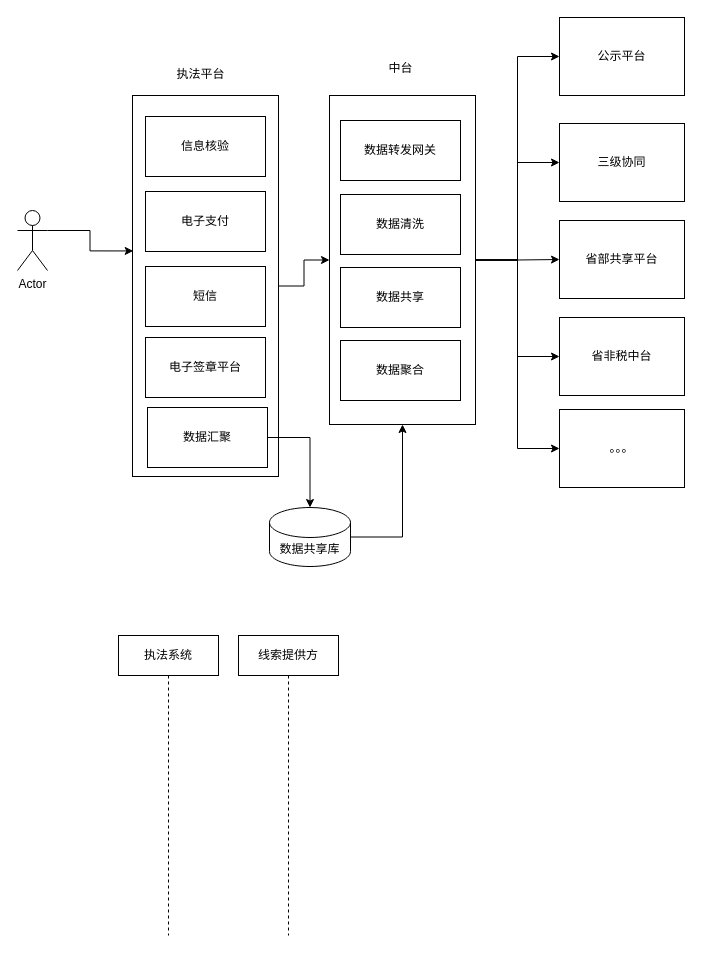
This is page "第 5 页" (5 of 7) of 未命名绘图.drawio from jackyliu/design, a draw.io file, before an edit. Source tidied: cells renumbered, new cells numbered last; positions are measured from the earlier drawing's top-left corner, leaving out a move shared by most shapes. Both pictures are drawn from the tidied source at 100%, with x=0, y=0 at pixel (17, 17).
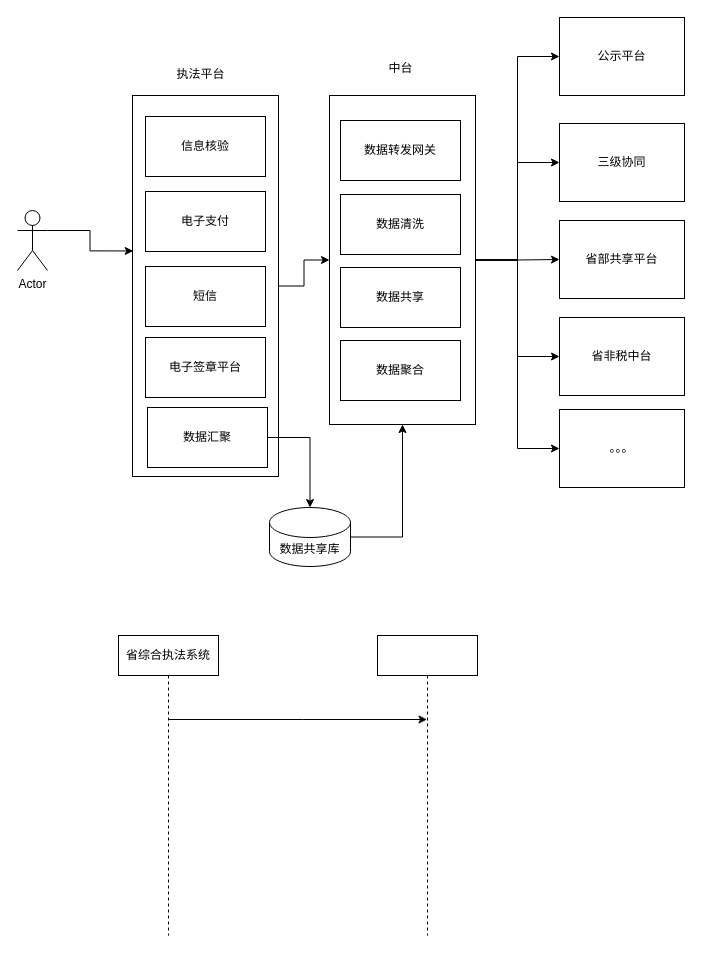
The same page after the edit.

Commit message:
更新未命名绘图.drawio

What changed in the source:
```diff
@@
+    <mxCell id="33" style="edgeStyle=elbowEdgeStyle;rounded=0;jettySize=auto;html=1;elbow=vertical;curved=0;" parent="1" edge="1" source="31" target="32">
+      <mxGeometry relative="1" as="geometry">
+        <Array as="points">
+          <mxPoint x="285" y="702" />
+        </Array>
+      </mxGeometry>
+    </mxCell>
-    <mxCell id="31" value="执法系统" style="shape=umlLifeline;perimeter=lifelinePerimeter;whiteSpace=wrap;html=1;outlineConnect=0;portConstraint=eastwest;newEdgeStyle={&quot;edgeStyle&quot;:&quot;elbowEdgeStyle&quot;,&quot;elbow&quot;:&quot;vertical&quot;,&quot;curved&quot;:0,&quot;rounded&quot;:0};" parent="1" vertex="1">
+    <mxCell id="31" value="省综合执法系统" style="shape=umlLifeline;perimeter=lifelinePerimeter;whiteSpace=wrap;html=1;outlineConnect=0;portConstraint=eastwest;newEdgeStyle={&quot;edgeStyle&quot;:&quot;elbowEdgeStyle&quot;,&quot;elbow&quot;:&quot;vertical&quot;,&quot;curved&quot;:0,&quot;rounded&quot;:0};" parent="1" vertex="1">
       <mxGeometry x="101" y="618" width="100" height="300" as="geometry" />
     </mxCell>
-    <mxCell id="32" value="线索提供方" style="shape=umlLifeline;perimeter=lifelinePerimeter;whiteSpace=wrap;html=1;outlineConnect=0;portConstraint=eastwest;newEdgeStyle={&quot;edgeStyle&quot;:&quot;elbowEdgeStyle&quot;,&quot;elbow&quot;:&quot;vertical&quot;,&quot;curved&quot;:0,&quot;rounded&quot;:0};" parent="1" vertex="1">
-      <mxGeometry x="221" y="618" width="100" height="300" as="geometry" />
+    <mxCell id="32" style="shape=umlLifeline;perimeter=lifelinePerimeter;whiteSpace=wrap;html=1;outlineConnect=0;portConstraint=eastwest;newEdgeStyle={&quot;edgeStyle&quot;:&quot;elbowEdgeStyle&quot;,&quot;elbow&quot;:&quot;vertical&quot;,&quot;curved&quot;:0,&quot;rounded&quot;:0};" parent="1" vertex="1">
+      <mxGeometry x="360" y="618" width="100" height="300" as="geometry" />
     </mxCell>
```
